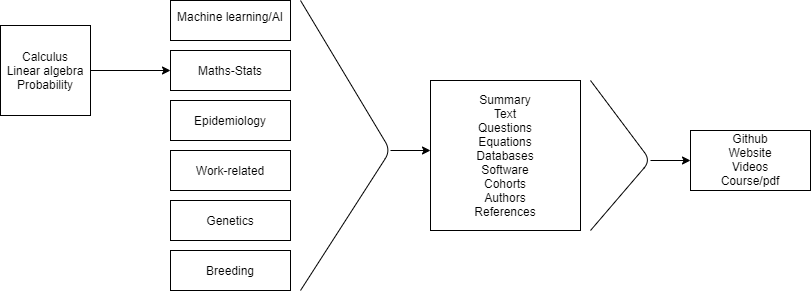
The draw.io diagram Flowchart.png in AlfredPgen/Flowchart, before a commit. Source tidied: cells renumbered, new cells last; positions are measured from the earlier drawing's top-left corner, leaving out a move shared by most shapes.
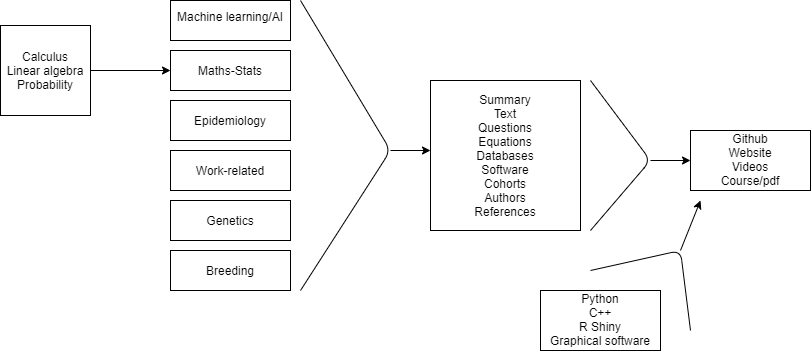
The same diagram one commit later.

The edit, as a diff of the source:
```diff
@@ -61,5 +61,23 @@
     <mxCell id="15" value="Github&lt;br&gt;Website&lt;br&gt;Videos&lt;br&gt;Course/pdf" style="rounded=0;whiteSpace=wrap;html=1;align=center;verticalAlign=bottom;" parent="1" vertex="1">
       <mxGeometry x="690" y="130" width="120" height="60" as="geometry" />
     </mxCell>
+    <mxCell id="16" value="Python&lt;br&gt;C++&lt;br&gt;R Shiny&lt;br&gt;Graphical software" style="rounded=0;whiteSpace=wrap;html=1;align=center;verticalAlign=bottom;" parent="1" vertex="1">
+      <mxGeometry x="540" y="290" width="120" height="60" as="geometry" />
+    </mxCell>
+    <mxCell id="17" style="endArrow=none;html=1;" parent="1" edge="1">
+      <mxGeometry relative="1" as="geometry">
+        <mxPoint x="690" y="330" as="sourcePoint" />
+        <mxPoint x="590" y="270" as="targetPoint" />
+        <Array as="points">
+          <mxPoint x="680" y="250" />
+        </Array>
+      </mxGeometry>
+    </mxCell>
+    <mxCell id="18" style="endArrow=classic;html=1;" parent="1" edge="1">
+      <mxGeometry relative="1" as="geometry">
+        <mxPoint x="680" y="250" as="sourcePoint" />
+        <mxPoint x="700" y="200" as="targetPoint" />
+      </mxGeometry>
+    </mxCell>
   </root>
 </mxGraphModel>
```
